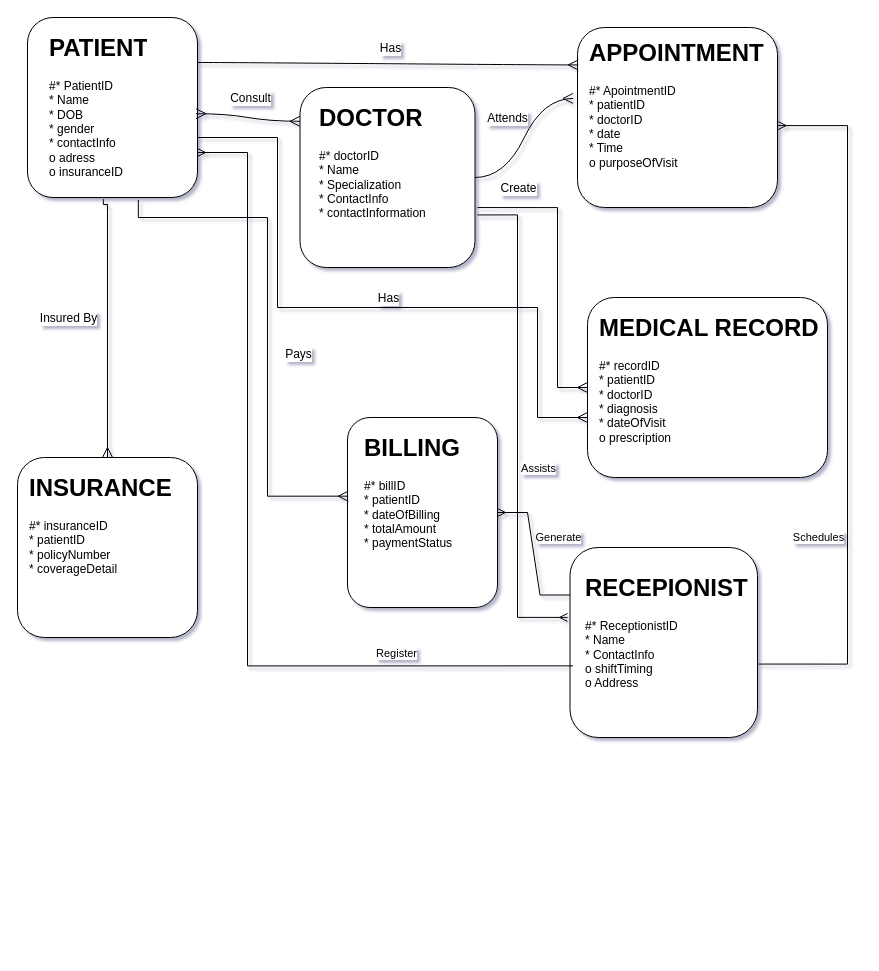
Usmankhan-038/New keeps this draw.io diagram as Untitled Diagram.drawio. Above is the earlier version. Source tidied: cells renumbered, new cells numbered last; positions are measured from the earlier drawing's top-left corner, leaving out a move shared by most shapes. Both pictures are drawn from the tidied source at 100%, with x=0, y=0 at pixel (17, 17).
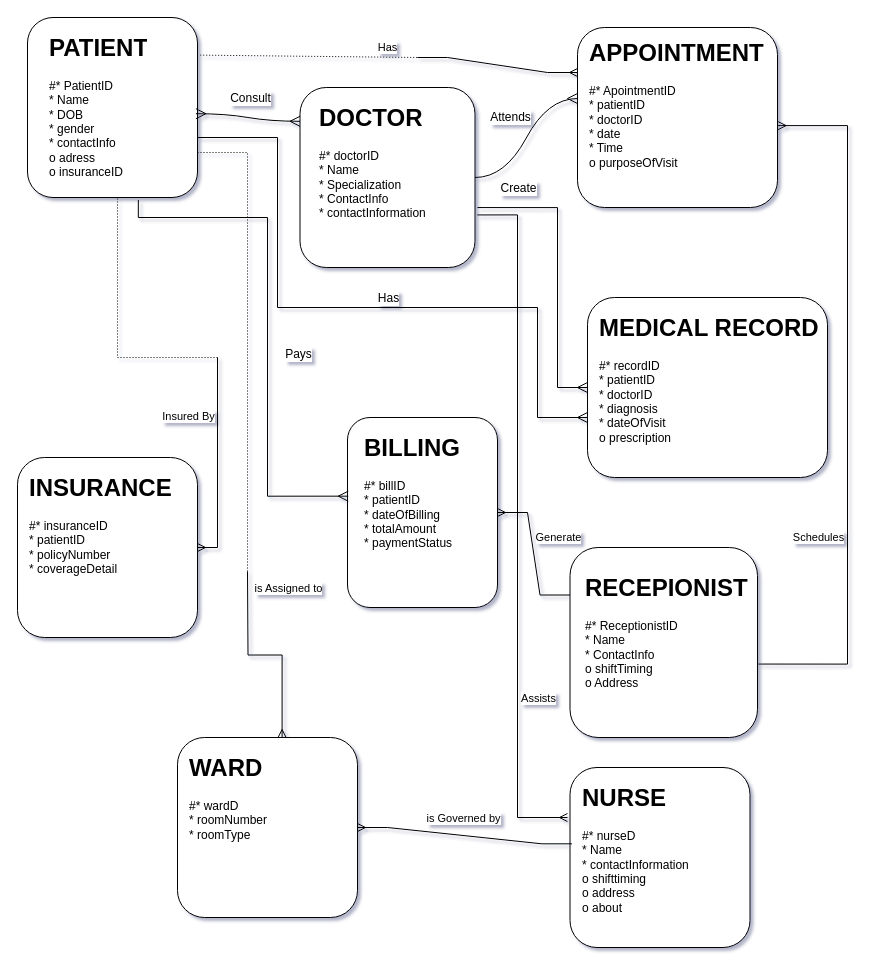
After the change.

The change refers to these unchanged cells:
```xml
<mxCell id="2" style="rounded=1;whiteSpace=wrap;html=1;" parent="1" vertex="1">
  <mxGeometry x="10" width="170" height="180" as="geometry" />
</mxCell>
<mxCell id="4" style="rounded=1;whiteSpace=wrap;html=1;" parent="1" vertex="1">
  <mxGeometry x="282.5" y="70" width="175" height="180" as="geometry" />
</mxCell>
<mxCell id="6" style="rounded=1;whiteSpace=wrap;html=1;" parent="1" vertex="1">
  <mxGeometry x="560" y="10" width="200" height="180" as="geometry" />
</mxCell>
<mxCell id="8" style="rounded=1;whiteSpace=wrap;html=1;" parent="1" vertex="1">
  <mxGeometry y="440" width="180" height="180" as="geometry" />
</mxCell>
<mxCell id="29" style="rounded=1;whiteSpace=wrap;html=1;" parent="1" vertex="1">
  <mxGeometry x="552.5" y="530" width="187.5" height="190" as="geometry" />
</mxCell>
```

The edit, as a diff of the source:
```diff
@@
-    <mxCell id="15" style="edgeStyle=entityRelationEdgeStyle;fontSize=12;html=1;endArrow=ERmany;rounded=0;startSize=8;endSize=8;curved=1;exitX=1;exitY=0.25;exitDx=0;exitDy=0;entryX=0.004;entryY=0.208;entryDx=0;entryDy=0;entryPerimeter=0;" parent="1" edge="1" source="2" target="6">
-      <mxGeometry relative="1" as="geometry">
-        <Array as="points">
-          <mxPoint x="190" y="47" />
-          <mxPoint x="360" y="90" />
-        </Array>
-      </mxGeometry>
-    </mxCell>
-    <mxCell id="16" value="Has" style="edgeLabel;html=1;align=center;verticalAlign=middle;fontSize=12;" parent="15" vertex="1">
-      <mxGeometry x="0.07" y="2" relative="1" as="geometry">
-        <mxPoint x="-12" y="-14" as="offset" />
-      </mxGeometry>
-    </mxCell>
@@
-    <mxCell id="19" style="edgeStyle=entityRelationEdgeStyle;fontSize=12;html=1;endArrow=ERmany;rounded=0;startSize=8;endSize=8;curved=1;entryX=-0.022;entryY=0.394;entryDx=0;entryDy=0;entryPerimeter=0;" parent="1" edge="1" source="4" target="6">
-      <mxGeometry relative="1" as="geometry" />
+    <mxCell id="19" style="edgeStyle=entityRelationEdgeStyle;fontSize=12;html=1;endArrow=ERmany;rounded=0;startSize=8;endSize=8;curved=1;" parent="1" edge="1" source="4">
+      <mxGeometry relative="1" as="geometry">
+        <mxPoint x="560" y="81" as="targetPoint" />
+      </mxGeometry>
     </mxCell>
@@
-    <mxCell id="25" style="edgeStyle=orthogonalEdgeStyle;fontSize=12;html=1;endArrow=ERmany;rounded=0;startSize=8;endSize=8;entryX=0.5;entryY=0;entryDx=0;entryDy=0;exitX=0.446;exitY=1.009;exitDx=0;exitDy=0;exitPerimeter=0;" parent="1" edge="1" source="2" target="8">
-      <mxGeometry relative="1" as="geometry">
-        <Array as="points">
-          <mxPoint x="86" y="187" />
-          <mxPoint x="90" y="187" />
-        </Array>
-      </mxGeometry>
-    </mxCell>
-    <mxCell id="26" value="Insured By" style="edgeLabel;html=1;align=center;verticalAlign=middle;fontSize=12;" parent="25" vertex="1">
-      <mxGeometry x="-0.04" y="-1" relative="1" as="geometry">
-        <mxPoint x="-39" y="-3" as="offset" />
-      </mxGeometry>
-    </mxCell>
@@
-    <mxCell id="31" style="edgeStyle=orthogonalEdgeStyle;fontSize=12;html=1;endArrow=ERmany;rounded=0;entryX=-0.013;entryY=0.368;entryDx=0;entryDy=0;entryPerimeter=0;exitX=1.013;exitY=0.708;exitDx=0;exitDy=0;exitPerimeter=0;" parent="1" edge="1" source="4" target="29">
+    <mxCell id="31" style="edgeStyle=orthogonalEdgeStyle;fontSize=12;html=1;endArrow=ERmany;rounded=0;exitX=1.013;exitY=0.708;exitDx=0;exitDy=0;exitPerimeter=0;" parent="1" edge="1" source="4">
       <mxGeometry relative="1" as="geometry">
+        <mxPoint x="550" y="800" as="targetPoint" />
         <Array as="points">
           <mxPoint x="500" y="197" />
-          <mxPoint x="500" y="600" />
+          <mxPoint x="500" y="800" />
         </Array>
       </mxGeometry>
     </mxCell>
     <mxCell id="32" value="Assists" style="edgeLabel;html=1;align=center;verticalAlign=middle;" parent="31" vertex="1">
       <mxGeometry x="0.21" y="1" relative="1" as="geometry">
-        <mxPoint x="19" y="-5" as="offset" />
+        <mxPoint x="19" y="104" as="offset" />
       </mxGeometry>
     </mxCell>
-    <mxCell id="33" style="edgeStyle=orthogonalEdgeStyle;fontSize=12;html=1;endArrow=ERmany;rounded=0;entryX=1;entryY=0.75;entryDx=0;entryDy=0;exitX=0.016;exitY=0.623;exitDx=0;exitDy=0;exitPerimeter=0;" parent="1" edge="1" source="29" target="2">
-      <mxGeometry relative="1" as="geometry">
-        <Array as="points">
-          <mxPoint x="230" y="648" />
-          <mxPoint x="230" y="135" />
-        </Array>
-      </mxGeometry>
-    </mxCell>
-    <mxCell id="34" value="Register" style="edgeLabel;html=1;align=center;verticalAlign=middle;" parent="33" vertex="1">
-      <mxGeometry x="-0.58" y="-1" relative="1" as="geometry">
-        <mxPoint x="10" y="-12" as="offset" />
-      </mxGeometry>
-    </mxCell>
@@
+    <mxCell id="39" style="endArrow=none;html=1;rounded=0;dashed=1;dashPattern=1 2;exitX=0.5;exitY=1;exitDx=0;exitDy=0;edgeStyle=elbowEdgeStyle;" parent="1" edge="1" source="2">
+      <mxGeometry relative="1" as="geometry">
+        <mxPoint x="200" y="340" as="targetPoint" />
+        <Array as="points">
+          <mxPoint x="100" y="270" />
+        </Array>
+      </mxGeometry>
+    </mxCell>
+    <mxCell id="40" style="html=1;whiteSpace=wrap;align=right;verticalAlign=bottom;" parent="39" vertex="1">
+      <mxGeometry x="1" relative="1" as="geometry" />
+    </mxCell>
+    <mxCell id="41" style="endArrow=none;html=1;rounded=0;dashed=1;dashPattern=1 2;exitX=1.016;exitY=0.209;exitDx=0;exitDy=0;exitPerimeter=0;" parent="1" edge="1" source="2">
+      <mxGeometry relative="1" as="geometry">
+        <mxPoint x="400" y="40" as="targetPoint" />
+      </mxGeometry>
+    </mxCell>
+    <mxCell id="42" style="html=1;whiteSpace=wrap;align=right;verticalAlign=bottom;" parent="41" vertex="1">
+      <mxGeometry x="1" relative="1" as="geometry" />
+    </mxCell>
+    <mxCell id="16" value="Has" style="edgeLabel;html=1;align=center;verticalAlign=middle;" parent="41" vertex="1">
+      <mxGeometry x="0.71" y="3" relative="1" as="geometry">
+        <mxPoint x="1" y="-7" as="offset" />
+      </mxGeometry>
+    </mxCell>
+    <mxCell id="43" style="edgeStyle=entityRelationEdgeStyle;fontSize=12;html=1;endArrow=ERmany;rounded=0;entryX=0;entryY=0.25;entryDx=0;entryDy=0;" parent="1" edge="1" target="6">
+      <mxGeometry relative="1" as="geometry">
+        <mxPoint x="400" y="40" as="sourcePoint" />
+      </mxGeometry>
+    </mxCell>
+    <mxCell id="44" style="edgeStyle=elbowEdgeStyle;fontSize=12;html=1;endArrow=ERmany;rounded=0;entryX=1;entryY=0.5;entryDx=0;entryDy=0;" parent="1" edge="1" target="8">
+      <mxGeometry relative="1" as="geometry">
+        <mxPoint x="200" y="340" as="sourcePoint" />
+        <Array as="points">
+          <mxPoint x="200" y="530" />
+        </Array>
+      </mxGeometry>
+    </mxCell>
+    <mxCell id="26" value="Insured By" style="edgeLabel;html=1;align=center;verticalAlign=middle;" parent="44" vertex="1">
+      <mxGeometry x="-0.43" y="-1" relative="1" as="geometry">
+        <mxPoint x="-29" y="-2" as="offset" />
+      </mxGeometry>
+    </mxCell>
+    <mxCell id="45" style="rounded=1;whiteSpace=wrap;html=1;" parent="1" vertex="1">
+      <mxGeometry x="160" y="720" width="180" height="180" as="geometry" />
+    </mxCell>
+    <mxCell id="46" value="&lt;h1 style=&quot;margin-top: 0px;&quot;&gt;WARD&lt;/h1&gt;&lt;div&gt;#* wardD&lt;/div&gt;&lt;div&gt;* roomNumber&lt;/div&gt;&lt;div&gt;* roomType&lt;/div&gt;&lt;div&gt;&lt;br&gt;&lt;/div&gt;&lt;div&gt;&lt;br&gt;&lt;/div&gt;&lt;div&gt;&lt;br&gt;&lt;/div&gt;" style="text;html=1;whiteSpace=wrap;overflow=hidden;rounded=0;" parent="1" vertex="1">
+      <mxGeometry x="170" y="730" width="150" height="160" as="geometry" />
+    </mxCell>
+    <mxCell id="47" style="endArrow=none;html=1;rounded=0;dashed=1;dashPattern=1 2;exitX=1;exitY=0.75;exitDx=0;exitDy=0;edgeStyle=elbowEdgeStyle;" parent="1" edge="1" source="2">
+      <mxGeometry relative="1" as="geometry">
+        <mxPoint x="230" y="555" as="targetPoint" />
+        <Array as="points">
+          <mxPoint x="230" y="350" />
+        </Array>
+      </mxGeometry>
+    </mxCell>
+    <mxCell id="48" style="edgeStyle=orthogonalEdgeStyle;fontSize=12;html=1;endArrow=ERmany;rounded=0;entryX=0.581;entryY=0;entryDx=0;entryDy=0;entryPerimeter=0;" parent="1" edge="1" target="45">
+      <mxGeometry relative="1" as="geometry">
+        <mxPoint x="230" y="554" as="sourcePoint" />
+      </mxGeometry>
+    </mxCell>
+    <mxCell id="49" value="is Assigned to" style="edgeLabel;html=1;align=center;verticalAlign=middle;" parent="48" vertex="1">
+      <mxGeometry x="-0.78" y="-1" relative="1" as="geometry">
+        <mxPoint x="41" y="-6" as="offset" />
+      </mxGeometry>
+    </mxCell>
+    <mxCell id="50" style="rounded=1;whiteSpace=wrap;html=1;" parent="1" vertex="1">
+      <mxGeometry x="552.5" y="750" width="180" height="180" as="geometry" />
+    </mxCell>
+    <mxCell id="51" value="&lt;h1 style=&quot;margin-top: 0px;&quot;&gt;NURSE&lt;/h1&gt;&lt;div&gt;#* nurseD&lt;/div&gt;&lt;div&gt;* Name&lt;/div&gt;&lt;div&gt;* contactInformation&lt;/div&gt;&lt;div&gt;o shifttiming&lt;/div&gt;&lt;div&gt;o address&lt;/div&gt;&lt;div&gt;o about&lt;/div&gt;&lt;div&gt;&lt;br&gt;&lt;/div&gt;&lt;div&gt;&lt;br&gt;&lt;/div&gt;&lt;div&gt;&lt;br&gt;&lt;/div&gt;" style="text;html=1;whiteSpace=wrap;overflow=hidden;rounded=0;" parent="1" vertex="1">
+      <mxGeometry x="562.5" y="760" width="150" height="160" as="geometry" />
+    </mxCell>
+    <mxCell id="52" style="edgeStyle=entityRelationEdgeStyle;fontSize=12;html=1;endArrow=ERmany;rounded=0;entryX=1;entryY=0.5;entryDx=0;entryDy=0;exitX=0.011;exitY=0.424;exitDx=0;exitDy=0;exitPerimeter=0;endFill=0;" parent="1" edge="1" source="50" target="45">
+      <mxGeometry relative="1" as="geometry" />
+    </mxCell>
+    <mxCell id="53" value="is Governed by" style="edgeLabel;html=1;align=center;verticalAlign=middle;" parent="52" vertex="1">
+      <mxGeometry x="0.01" y="1" relative="1" as="geometry">
+        <mxPoint y="-19" as="offset" />
+      </mxGeometry>
+    </mxCell>
```
